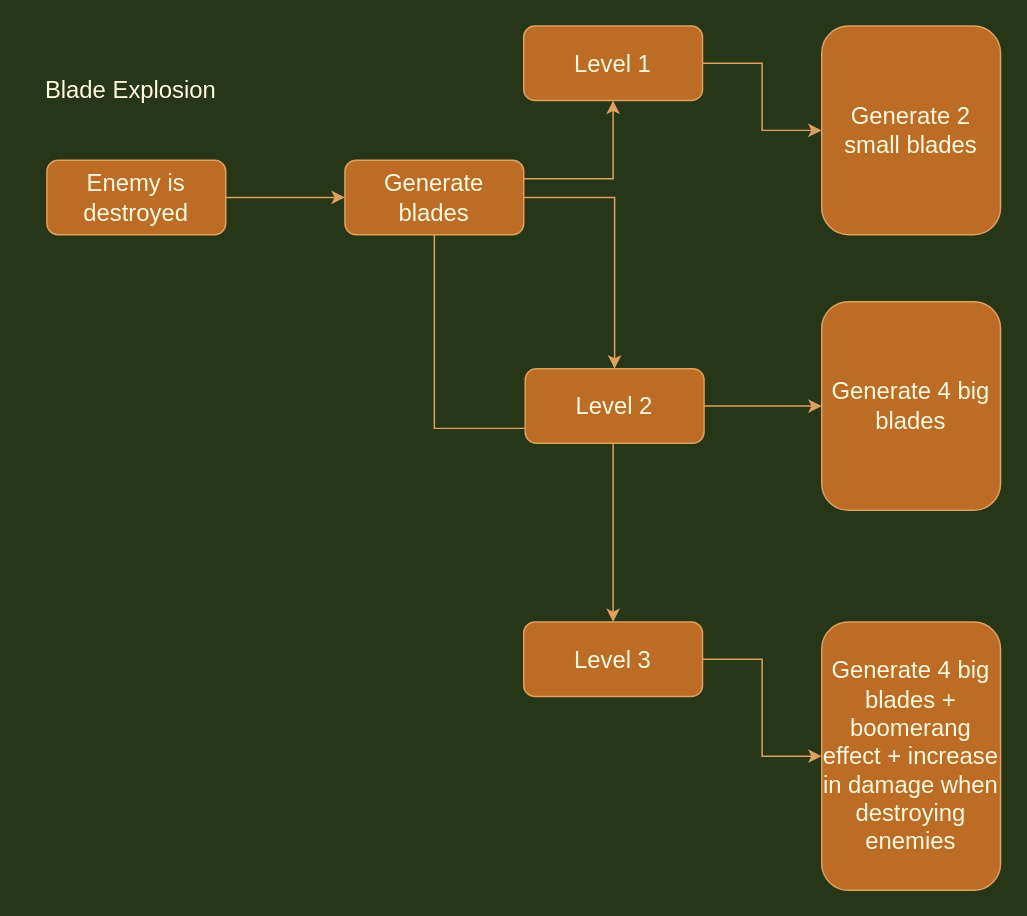
Above: page "blade explosion" (6 of 6) of flow_chart/Flow.drawio in MounirAia/Web-Shoot-em-up (draw.io), before the change. Source tidied: cells renumbered, new cells numbered last; positions are measured from the earlier drawing's top-left corner, leaving out a move shared by most shapes. Both pictures are drawn from the tidied source at 149%, with x=0, y=0 at pixel (25, 25).
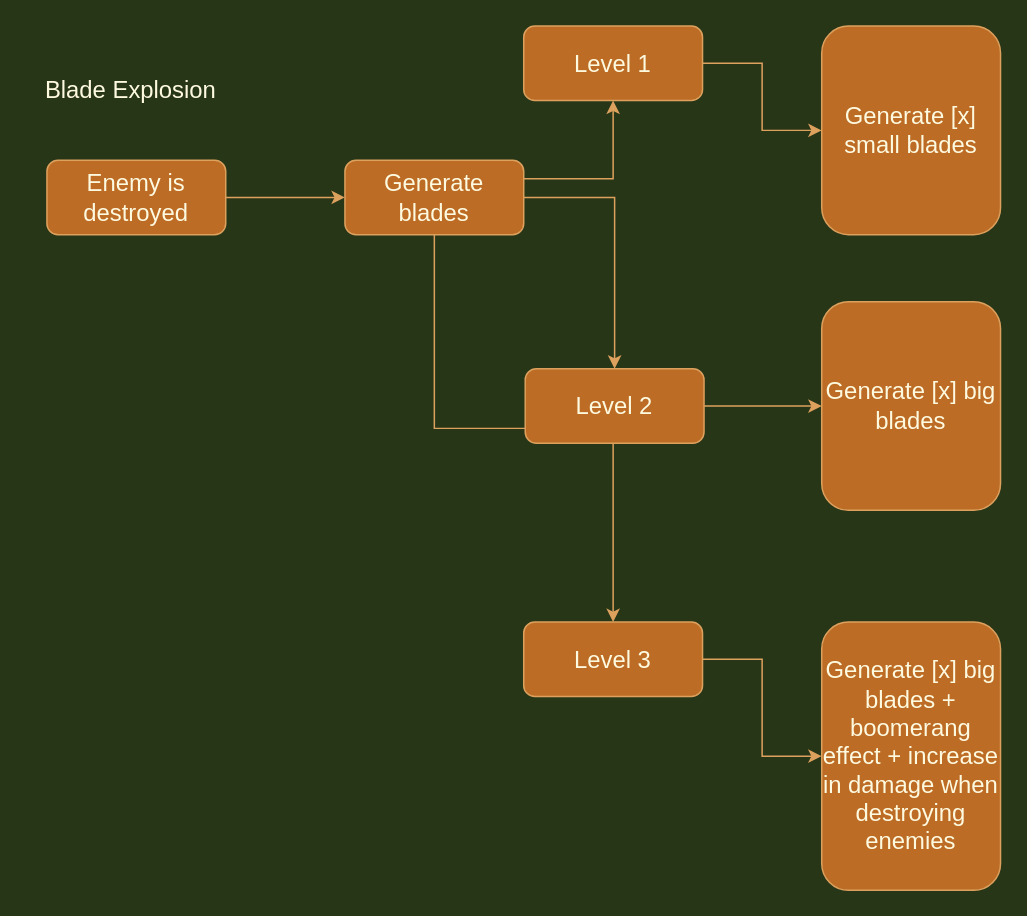
The same diagram, later.

Change to the diagram source:
```diff
@@
 <mxGraphModel background="#283618">
   <root>
     <mxCell id="0" />
     <mxCell id="1" parent="0" />
     <mxCell id="2" value="&lt;span style=&quot;font-size: 16px;&quot;&gt;Blade Explosion&lt;/span&gt;" style="text;html=1;align=center;verticalAlign=middle;strokeColor=none;fillColor=none;fontColor=#FEFAE0;" parent="1" vertex="1">
       <mxGeometry y="28" width="140" height="30" as="geometry" />
     </mxCell>
     <mxCell id="3" style="edgeStyle=orthogonalEdgeStyle;rounded=0;jettySize=auto;html=1;strokeColor=#DDA15E;fontColor=#FEFAE0;fillColor=#BC6C25;" parent="1" edge="1" source="4" target="8">
       <mxGeometry relative="1" as="geometry" />
     </mxCell>
     <mxCell id="4" value="&lt;font style=&quot;font-size: 16px&quot;&gt;Enemy is destroyed&lt;/font&gt;" style="rounded=1;whiteSpace=wrap;html=1;fontSize=12;glass=0;strokeWidth=1;shadow=0;fillColor=#BC6C25;strokeColor=#DDA15E;fontColor=#FEFAE0;" parent="1" vertex="1">
       <mxGeometry x="14" y="90" width="120" height="50" as="geometry" />
     </mxCell>
     <mxCell id="5" style="edgeStyle=orthogonalEdgeStyle;rounded=0;jettySize=auto;html=1;strokeColor=#DDA15E;fontColor=#FEFAE0;fillColor=#BC6C25;exitX=1;exitY=0.25;exitDx=0;exitDy=0;" parent="1" edge="1" source="8" target="10">
       <mxGeometry relative="1" as="geometry" />
     </mxCell>
     <mxCell id="6" style="edgeStyle=orthogonalEdgeStyle;rounded=0;jettySize=auto;html=1;strokeColor=#DDA15E;" parent="1" edge="1" source="8" target="13">
       <mxGeometry relative="1" as="geometry" />
     </mxCell>
     <mxCell id="7" style="edgeStyle=orthogonalEdgeStyle;rounded=0;jettySize=auto;html=1;strokeColor=#DDA15E;" parent="1" edge="1" source="8" target="16">
       <mxGeometry relative="1" as="geometry" />
     </mxCell>
     <mxCell id="8" value="&lt;font style=&quot;font-size: 16px&quot;&gt;Generate blades&lt;/font&gt;" style="rounded=1;whiteSpace=wrap;html=1;fontSize=12;glass=0;strokeWidth=1;shadow=0;fillColor=#BC6C25;strokeColor=#DDA15E;fontColor=#FEFAE0;" parent="1" vertex="1">
       <mxGeometry x="214" y="90" width="120" height="50" as="geometry" />
     </mxCell>
     <mxCell id="9" style="edgeStyle=orthogonalEdgeStyle;rounded=0;jettySize=auto;html=1;strokeColor=#DDA15E;fontColor=#FEFAE0;fillColor=#BC6C25;" parent="1" edge="1" source="10" target="11">
       <mxGeometry relative="1" as="geometry" />
     </mxCell>
     <mxCell id="10" value="&lt;font style=&quot;font-size: 16px&quot;&gt;Level 1&lt;br&gt;&lt;/font&gt;" style="rounded=1;whiteSpace=wrap;html=1;fontSize=12;glass=0;strokeWidth=1;shadow=0;fillColor=#BC6C25;strokeColor=#DDA15E;fontColor=#FEFAE0;" parent="1" vertex="1">
       <mxGeometry x="334" width="120" height="50" as="geometry" />
     </mxCell>
-    <mxCell id="11" value="&lt;font style=&quot;font-size: 16px&quot;&gt;Generate 2 small blades&lt;br&gt;&lt;/font&gt;" style="rounded=1;whiteSpace=wrap;html=1;fontSize=12;glass=0;strokeWidth=1;shadow=0;fillColor=#BC6C25;strokeColor=#DDA15E;fontColor=#FEFAE0;" parent="1" vertex="1">
+    <mxCell id="11" value="&lt;font style=&quot;font-size: 16px&quot;&gt;Generate [x] small blades&lt;br&gt;&lt;/font&gt;" style="rounded=1;whiteSpace=wrap;html=1;fontSize=12;glass=0;strokeWidth=1;shadow=0;fillColor=#BC6C25;strokeColor=#DDA15E;fontColor=#FEFAE0;" parent="1" vertex="1">
       <mxGeometry x="534" width="120" height="140" as="geometry" />
     </mxCell>
     <mxCell id="12" style="edgeStyle=orthogonalEdgeStyle;rounded=0;jettySize=auto;html=1;strokeColor=#DDA15E;" parent="1" edge="1" source="13" target="14">
       <mxGeometry relative="1" as="geometry" />
     </mxCell>
     <mxCell id="13" value="&lt;font style=&quot;font-size: 16px&quot;&gt;Level 2&lt;br&gt;&lt;/font&gt;" style="rounded=1;whiteSpace=wrap;html=1;fontSize=12;glass=0;strokeWidth=1;shadow=0;fillColor=#BC6C25;strokeColor=#DDA15E;fontColor=#FEFAE0;" parent="1" vertex="1">
       <mxGeometry x="335" y="230" width="120" height="50" as="geometry" />
     </mxCell>
-    <mxCell id="14" value="&lt;font style=&quot;font-size: 16px&quot;&gt;Generate 4 big blades&lt;br&gt;&lt;/font&gt;" style="rounded=1;whiteSpace=wrap;html=1;fontSize=12;glass=0;strokeWidth=1;shadow=0;fillColor=#BC6C25;strokeColor=#DDA15E;fontColor=#FEFAE0;" parent="1" vertex="1">
+    <mxCell id="14" value="&lt;font style=&quot;font-size: 16px&quot;&gt;Generate [x] big blades&lt;br&gt;&lt;/font&gt;" style="rounded=1;whiteSpace=wrap;html=1;fontSize=12;glass=0;strokeWidth=1;shadow=0;fillColor=#BC6C25;strokeColor=#DDA15E;fontColor=#FEFAE0;" parent="1" vertex="1">
       <mxGeometry x="534" y="185" width="120" height="140" as="geometry" />
     </mxCell>
     <mxCell id="15" style="edgeStyle=orthogonalEdgeStyle;rounded=0;jettySize=auto;html=1;strokeColor=#DDA15E;" parent="1" edge="1" source="16" target="17">
       <mxGeometry relative="1" as="geometry" />
     </mxCell>
     <mxCell id="16" value="&lt;font style=&quot;font-size: 16px&quot;&gt;Level 3&lt;br&gt;&lt;/font&gt;" style="rounded=1;whiteSpace=wrap;html=1;fontSize=12;glass=0;strokeWidth=1;shadow=0;fillColor=#BC6C25;strokeColor=#DDA15E;fontColor=#FEFAE0;" parent="1" vertex="1">
       <mxGeometry x="334" y="400" width="120" height="50" as="geometry" />
     </mxCell>
-    <mxCell id="17" value="&lt;font style=&quot;font-size: 16px&quot;&gt;Generate 4 big blades + boomerang effect + increase in damage when destroying enemies&lt;br&gt;&lt;/font&gt;" style="rounded=1;whiteSpace=wrap;html=1;fontSize=12;glass=0;strokeWidth=1;shadow=0;fillColor=#BC6C25;strokeColor=#DDA15E;fontColor=#FEFAE0;" parent="1" vertex="1">
+    <mxCell id="17" value="&lt;font style=&quot;font-size: 16px&quot;&gt;Generate [x] big blades + boomerang effect + increase in damage when destroying enemies&lt;br&gt;&lt;/font&gt;" style="rounded=1;whiteSpace=wrap;html=1;fontSize=12;glass=0;strokeWidth=1;shadow=0;fillColor=#BC6C25;strokeColor=#DDA15E;fontColor=#FEFAE0;" parent="1" vertex="1">
       <mxGeometry x="534" y="400" width="120" height="180" as="geometry" />
     </mxCell>
   </root>
 </mxGraphModel>
```
